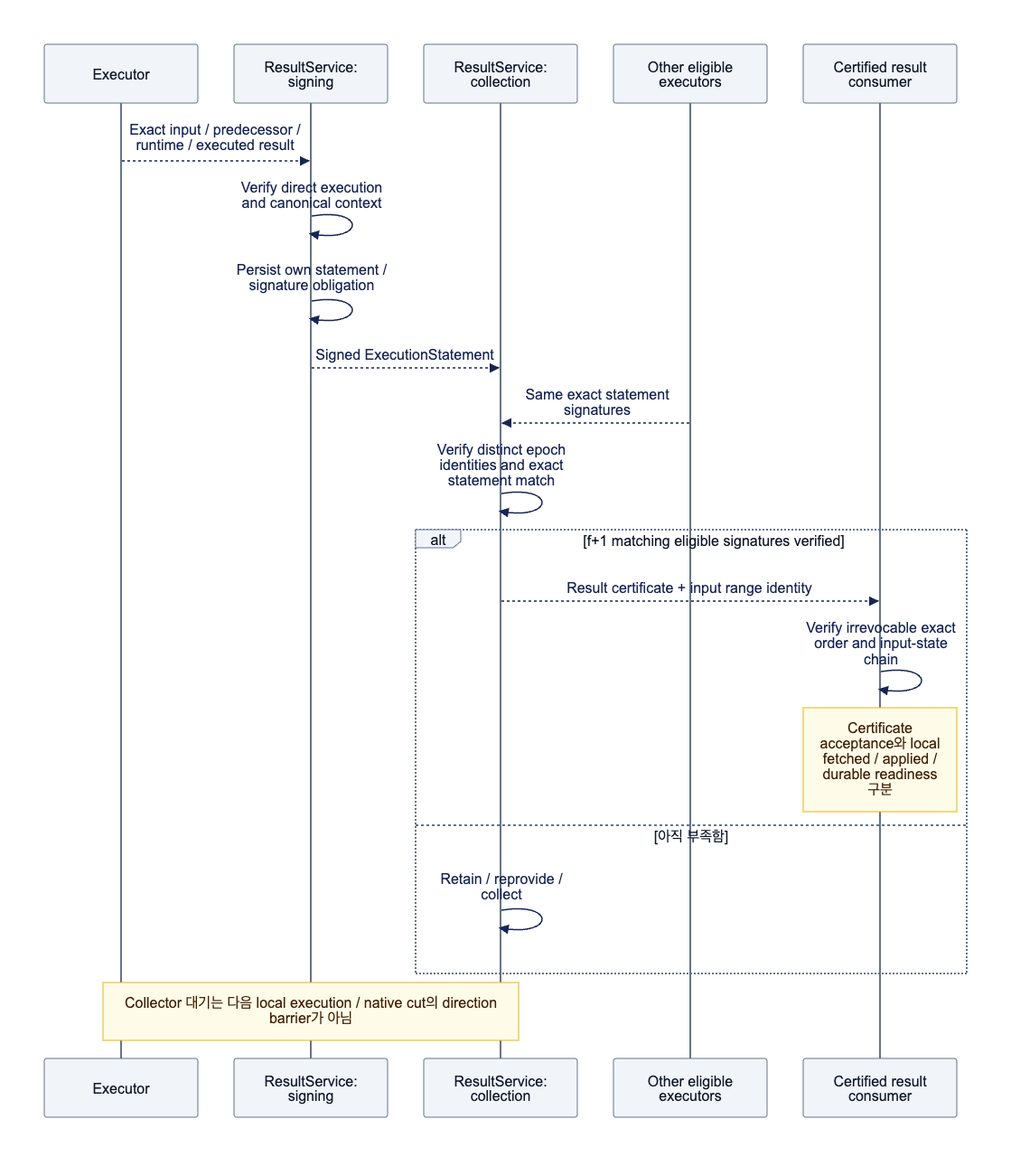
This is assets/diagrams/diagram-11.png from djm07073/baton-research, a Mermaid export, as it was before one commit. Its source is kept beside it as assets/diagrams/diagram-11.mmd.
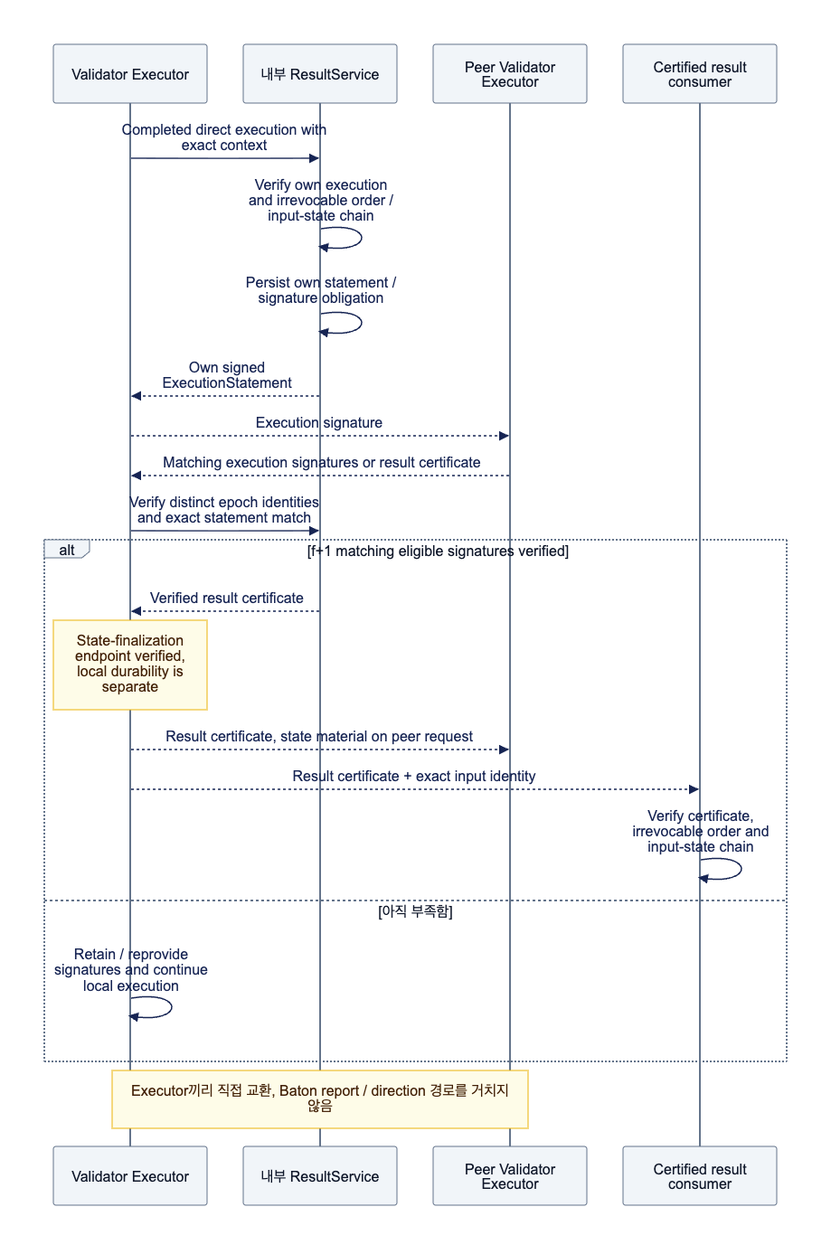
The same file after the commit.

Diff of the diagram source:
```diff
@@ -1,20 +1,22 @@
 sequenceDiagram
-    participant E as Executor
-    participant S as ResultService: signing
-    participant C as ResultService: collection
-    participant V as Other eligible executors
+    participant E as Validator Executor
+    participant S as 내부 ResultService
+    participant P as Peer Validator Executor
     participant R as Certified result consumer
-    E-->>S: Exact input / predecessor / runtime / executed result
-    S->>S: Verify direct execution and canonical context
+    E->>S: Completed direct execution with exact context
+    S->>S: Verify own execution and irrevocable order / input-state chain
     S->>S: Persist own statement / signature obligation
-    S-->>C: Signed ExecutionStatement
-    V-->>C: Same exact statement signatures
-    C->>C: Verify distinct epoch identities and exact statement match
+    S-->>E: Own signed ExecutionStatement
+    E-->>P: Execution signature
+    P-->>E: Matching execution signatures or result certificate
+    E->>S: Verify distinct epoch identities and exact statement match
     alt f+1 matching eligible signatures verified
-        C-->>R: Result certificate + input range identity
-        R->>R: Verify irrevocable exact order and input-state chain
-        Note over R: Certificate acceptance와 local fetched / applied / durable readiness 구분
+        S-->>E: Verified result certificate
+        Note over E: State-finalization endpoint verified, local durability is separate
+        E-->>P: Result certificate, state material on peer request
+        E-->>R: Result certificate + exact input identity
+        R->>R: Verify certificate, irrevocable order and input-state chain
     else 아직 부족함
-        C->>C: Retain / reprovide / collect
+        E->>E: Retain / reprovide signatures and continue local execution
     end
-    Note over E,C: Collector 대기는 다음 local execution / native cut의 direction barrier가 아님
+    Note over E,P: Executor끼리 직접 교환, Baton report / direction 경로를 거치지 않음
```
